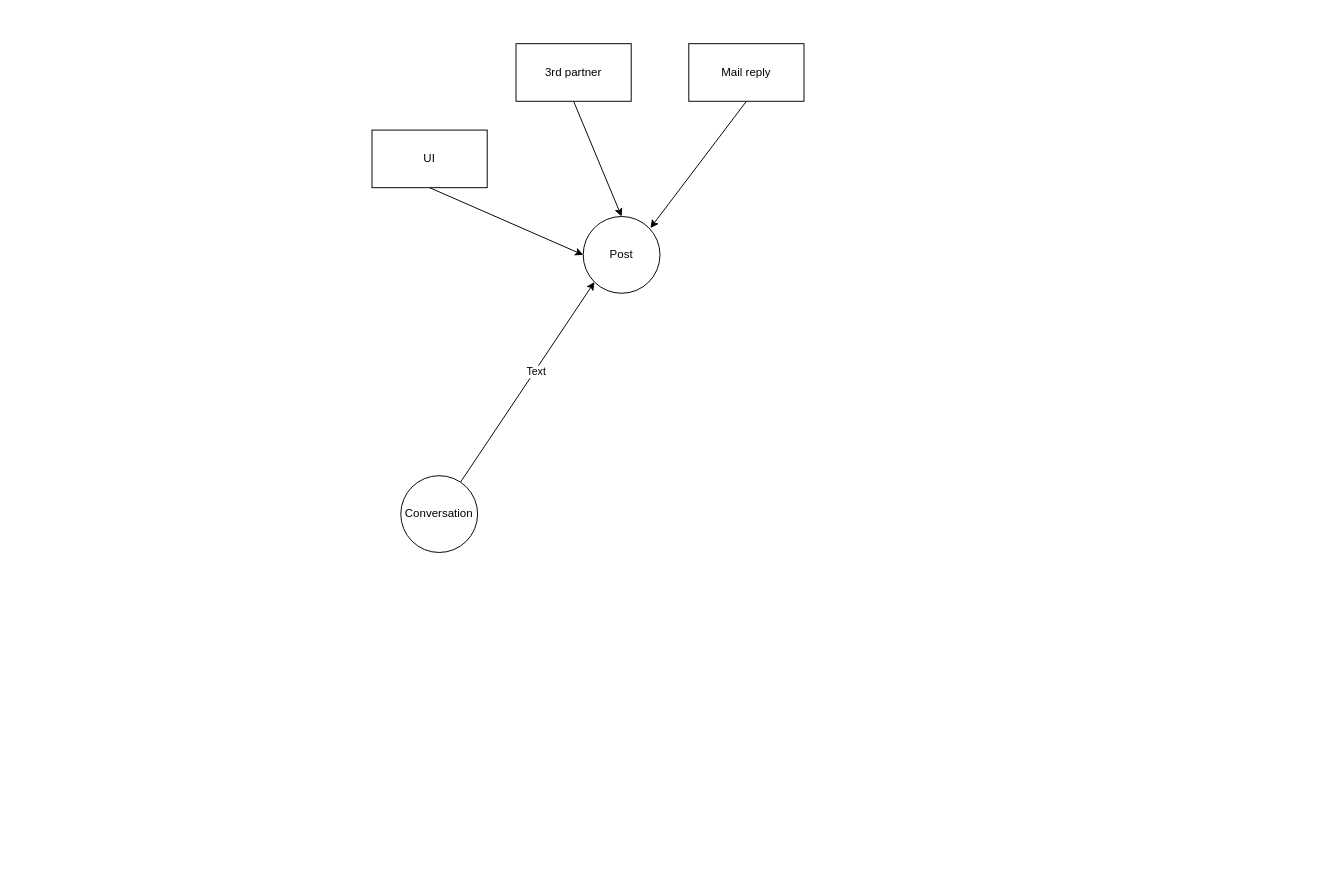
Before: page "Page-5" (5 of 5) of messaging.drawio in huangshijie/Drawio, a draw.io diagram. Source tidied: cells renumbered, new cells numbered last; positions are measured from the earlier drawing's top-left corner, leaving out a move shared by most shapes. Both pictures are drawn from the tidied source at 96%, with x=0, y=0 at pixel (372, 43).
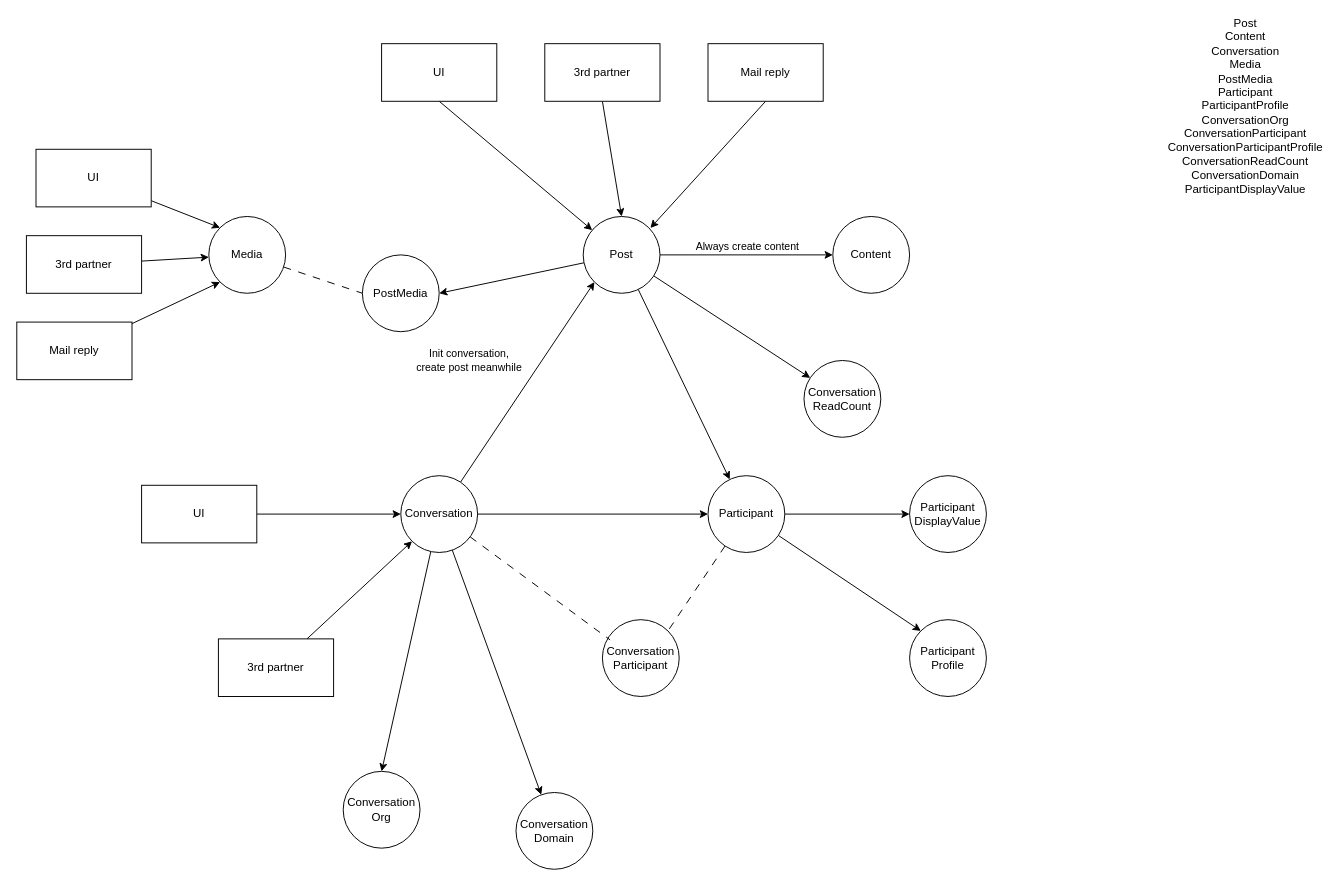
The same diagram, later.

The change refers to these unchanged cells:
```xml
<mxCell id="2" value="Post" style="ellipse;whiteSpace=wrap;html=1;" parent="1" vertex="1">
  <mxGeometry x="220" y="180" width="80" height="80" as="geometry" />
</mxCell>
<mxCell id="9" style="rounded=0;jettySize=auto;html=1;entryX=0;entryY=1;entryDx=0;entryDy=0;" parent="1" edge="1" source="11" target="2">
  <mxGeometry relative="1" as="geometry" />
</mxCell>
<mxCell id="11" value="Conversation" style="ellipse;whiteSpace=wrap;html=1;" parent="1" vertex="1">
  <mxGeometry x="30" y="450" width="80" height="80" as="geometry" />
</mxCell>
```

The edit, as a diff of the source:
```diff
@@
+    <mxCell id="12" style="edgeStyle=orthogonalEdgeStyle;rounded=0;jettySize=auto;html=1;" parent="1" edge="1" source="2" target="20">
+      <mxGeometry relative="1" as="geometry" />
+    </mxCell>
+    <mxCell id="13" value="Always create content" style="edgeLabel;html=1;align=center;verticalAlign=middle;" parent="12" vertex="1">
+      <mxGeometry x="-0.1" y="-4" relative="1" as="geometry">
+        <mxPoint x="9" y="-14" as="offset" />
+      </mxGeometry>
+    </mxCell>
+    <mxCell id="14" style="rounded=0;jettySize=auto;html=1;entryX=1;entryY=0.5;entryDx=0;entryDy=0;" parent="1" edge="1" source="2" target="32">
+      <mxGeometry relative="1" as="geometry" />
+    </mxCell>
+    <mxCell id="15" style="rounded=0;jettySize=auto;html=1;" parent="1" edge="1" source="2" target="27">
+      <mxGeometry relative="1" as="geometry" />
+    </mxCell>
+    <mxCell id="16" style="rounded=0;jettySize=auto;html=1;" parent="1" edge="1" source="2" target="42">
+      <mxGeometry relative="1" as="geometry" />
+    </mxCell>
@@
-    <mxCell id="3" style="endArrow=classic;html=1;rounded=0;entryX=0;entryY=0.5;entryDx=0;entryDy=0;exitX=0.5;exitY=1;exitDx=0;exitDy=0;" parent="1" edge="1" source="4" target="2">
+    <mxCell id="3" style="endArrow=classic;html=1;rounded=0;exitX=0.5;exitY=1;exitDx=0;exitDy=0;" parent="1" edge="1" source="4" target="2">
       <mxGeometry relative="1" as="geometry" />
     </mxCell>
     <mxCell id="4" value="UI" style="rounded=0;whiteSpace=wrap;html=1;" parent="1" vertex="1">
-      <mxGeometry y="90" width="120" height="60" as="geometry" />
+      <mxGeometry x="10" width="120" height="60" as="geometry" />
     </mxCell>
@@
     <mxCell id="6" value="3rd partner" style="rounded=0;whiteSpace=wrap;html=1;" parent="1" vertex="1">
-      <mxGeometry x="150" width="120" height="60" as="geometry" />
+      <mxGeometry x="180" width="120" height="60" as="geometry" />
     </mxCell>
@@
     <mxCell id="8" value="Mail reply" style="rounded=0;whiteSpace=wrap;html=1;" parent="1" vertex="1">
-      <mxGeometry x="330" width="120" height="60" as="geometry" />
+      <mxGeometry x="350" width="120" height="60" as="geometry" />
     </mxCell>
@@
-    <mxCell id="10" value="Text" style="edgeLabel;html=1;align=center;verticalAlign=middle;" parent="9" vertex="1">
-      <mxGeometry x="0.11" y="-1" relative="1" as="geometry" />
+    <mxCell id="10" value="Init conversation, &lt;br&gt;create post meanwhile" style="edgeLabel;html=1;align=center;verticalAlign=middle;" parent="9" vertex="1">
+      <mxGeometry x="0.11" y="-1" relative="1" as="geometry">
+        <mxPoint x="-70" y="-12" as="offset" />
+      </mxGeometry>
     </mxCell>
+    <mxCell id="17" style="rounded=0;jettySize=auto;html=1;" parent="1" edge="1" source="11" target="27">
+      <mxGeometry relative="1" as="geometry" />
+    </mxCell>
+    <mxCell id="18" style="rounded=0;jettySize=auto;html=1;entryX=0.5;entryY=0;entryDx=0;entryDy=0;" parent="1" edge="1" source="11" target="39">
+      <mxGeometry relative="1" as="geometry" />
+    </mxCell>
+    <mxCell id="19" style="rounded=0;jettySize=auto;html=1;" parent="1" edge="1" source="11" target="43">
+      <mxGeometry relative="1" as="geometry" />
+    </mxCell>
@@
+    <mxCell id="20" value="Content" style="ellipse;whiteSpace=wrap;html=1;" parent="1" vertex="1">
+      <mxGeometry x="480" y="180" width="80" height="80" as="geometry" />
+    </mxCell>
+    <mxCell id="21" value="&lt;div&gt;Post&lt;/div&gt;&lt;div&gt;Content&lt;/div&gt;&lt;div&gt;Conversation&lt;/div&gt;&lt;div&gt;Media&lt;/div&gt;&lt;div&gt;PostMedia&lt;/div&gt;&lt;div&gt;Participant&lt;/div&gt;&lt;div&gt;ParticipantProfile&lt;/div&gt;&lt;div&gt;ConversationOrg&lt;/div&gt;&lt;div&gt;ConversationParticipant&lt;/div&gt;&lt;div&gt;ConversationParticipantProfile&lt;/div&gt;&lt;div&gt;ConversationReadCount&lt;/div&gt;&lt;div&gt;ConversationDomain&lt;/div&gt;&lt;div&gt;ParticipantDisplayValue&lt;/div&gt;" style="text;html=1;whiteSpace=wrap;strokeColor=none;fillColor=none;align=center;verticalAlign=middle;rounded=0;" parent="1" vertex="1">
+      <mxGeometry x="880" y="50" width="60" height="30" as="geometry" />
+    </mxCell>
+    <mxCell id="22" style="rounded=0;jettySize=auto;html=1;entryX=0;entryY=0.5;entryDx=0;entryDy=0;endArrow=none;endFill=0;dashed=1;dashPattern=8 8;" parent="1" edge="1" source="23" target="32">
+      <mxGeometry relative="1" as="geometry" />
+    </mxCell>
+    <mxCell id="23" value="Media" style="ellipse;whiteSpace=wrap;html=1;" parent="1" vertex="1">
+      <mxGeometry x="-170" y="180" width="80" height="80" as="geometry" />
+    </mxCell>
+    <mxCell id="24" style="rounded=0;jettySize=auto;html=1;entryX=1;entryY=0;entryDx=0;entryDy=0;endArrow=none;endFill=0;dashed=1;dashPattern=8 8;" parent="1" edge="1" source="27" target="40">
+      <mxGeometry relative="1" as="geometry" />
+    </mxCell>
+    <mxCell id="25" style="rounded=0;jettySize=auto;html=1;" parent="1" edge="1" source="27" target="44">
+      <mxGeometry relative="1" as="geometry" />
+    </mxCell>
+    <mxCell id="26" style="rounded=0;jettySize=auto;html=1;entryX=0;entryY=0;entryDx=0;entryDy=0;" parent="1" edge="1" source="27" target="45">
+      <mxGeometry relative="1" as="geometry" />
+    </mxCell>
+    <mxCell id="27" value="Participant" style="ellipse;whiteSpace=wrap;html=1;" parent="1" vertex="1">
+      <mxGeometry x="350" y="450" width="80" height="80" as="geometry" />
+    </mxCell>
+    <mxCell id="28" style="rounded=0;jettySize=auto;html=1;entryX=0;entryY=0.5;entryDx=0;entryDy=0;" parent="1" edge="1" source="29" target="11">
+      <mxGeometry relative="1" as="geometry" />
+    </mxCell>
+    <mxCell id="29" value="UI" style="rounded=0;whiteSpace=wrap;html=1;" parent="1" vertex="1">
+      <mxGeometry x="-240" y="460" width="120" height="60" as="geometry" />
+    </mxCell>
+    <mxCell id="30" style="rounded=0;jettySize=auto;html=1;entryX=0;entryY=1;entryDx=0;entryDy=0;" parent="1" edge="1" source="31" target="11">
+      <mxGeometry relative="1" as="geometry" />
+    </mxCell>
+    <mxCell id="31" value="3rd partner" style="rounded=0;whiteSpace=wrap;html=1;" parent="1" vertex="1">
+      <mxGeometry x="-160" y="620" width="120" height="60" as="geometry" />
+    </mxCell>
+    <mxCell id="32" value="PostMedia" style="ellipse;whiteSpace=wrap;html=1;" parent="1" vertex="1">
+      <mxGeometry x="-10" y="220" width="80" height="80" as="geometry" />
+    </mxCell>
+    <mxCell id="33" style="rounded=0;jettySize=auto;html=1;entryX=0;entryY=0;entryDx=0;entryDy=0;" parent="1" edge="1" source="34" target="23">
+      <mxGeometry relative="1" as="geometry" />
+    </mxCell>
+    <mxCell id="34" value="UI" style="rounded=0;whiteSpace=wrap;html=1;" parent="1" vertex="1">
+      <mxGeometry x="-350" y="110" width="120" height="60" as="geometry" />
+    </mxCell>
+    <mxCell id="35" style="rounded=0;jettySize=auto;html=1;" parent="1" edge="1" source="36" target="23">
+      <mxGeometry relative="1" as="geometry" />
+    </mxCell>
+    <mxCell id="36" value="3rd partner" style="rounded=0;whiteSpace=wrap;html=1;" parent="1" vertex="1">
+      <mxGeometry x="-360" y="200" width="120" height="60" as="geometry" />
+    </mxCell>
+    <mxCell id="37" style="rounded=0;jettySize=auto;html=1;entryX=0;entryY=1;entryDx=0;entryDy=0;" parent="1" edge="1" source="38" target="23">
+      <mxGeometry relative="1" as="geometry" />
+    </mxCell>
+    <mxCell id="38" value="Mail reply" style="rounded=0;whiteSpace=wrap;html=1;" parent="1" vertex="1">
+      <mxGeometry x="-370" y="290" width="120" height="60" as="geometry" />
+    </mxCell>
+    <mxCell id="39" value="Conversation&lt;div&gt;Org&lt;/div&gt;" style="ellipse;whiteSpace=wrap;html=1;" parent="1" vertex="1">
+      <mxGeometry x="-30" y="758" width="80" height="80" as="geometry" />
+    </mxCell>
+    <mxCell id="40" value="Conversation&lt;div&gt;Participant&lt;/div&gt;" style="ellipse;whiteSpace=wrap;html=1;" parent="1" vertex="1">
+      <mxGeometry x="240" y="600" width="80" height="80" as="geometry" />
+    </mxCell>
+    <mxCell id="41" style="rounded=0;jettySize=auto;html=1;entryX=0.1;entryY=0.263;entryDx=0;entryDy=0;entryPerimeter=0;endArrow=none;endFill=0;dashed=1;dashPattern=8 8;" parent="1" edge="1" source="11" target="40">
+      <mxGeometry relative="1" as="geometry" />
+    </mxCell>
+    <mxCell id="42" value="Conversation&lt;div&gt;ReadCount&lt;/div&gt;" style="ellipse;whiteSpace=wrap;html=1;" parent="1" vertex="1">
+      <mxGeometry x="450" y="330" width="80" height="80" as="geometry" />
+    </mxCell>
+    <mxCell id="43" value="Conversation&lt;div&gt;Domain&lt;/div&gt;" style="ellipse;whiteSpace=wrap;html=1;" parent="1" vertex="1">
+      <mxGeometry x="150" y="780" width="80" height="80" as="geometry" />
+    </mxCell>
+    <mxCell id="44" value="Participant&lt;div&gt;DisplayValue&lt;/div&gt;" style="ellipse;whiteSpace=wrap;html=1;" parent="1" vertex="1">
+      <mxGeometry x="560" y="450" width="80" height="80" as="geometry" />
+    </mxCell>
+    <mxCell id="45" value="Participant&lt;div&gt;Profile&lt;/div&gt;" style="ellipse;whiteSpace=wrap;html=1;" parent="1" vertex="1">
+      <mxGeometry x="560" y="600" width="80" height="80" as="geometry" />
+    </mxCell>
```
